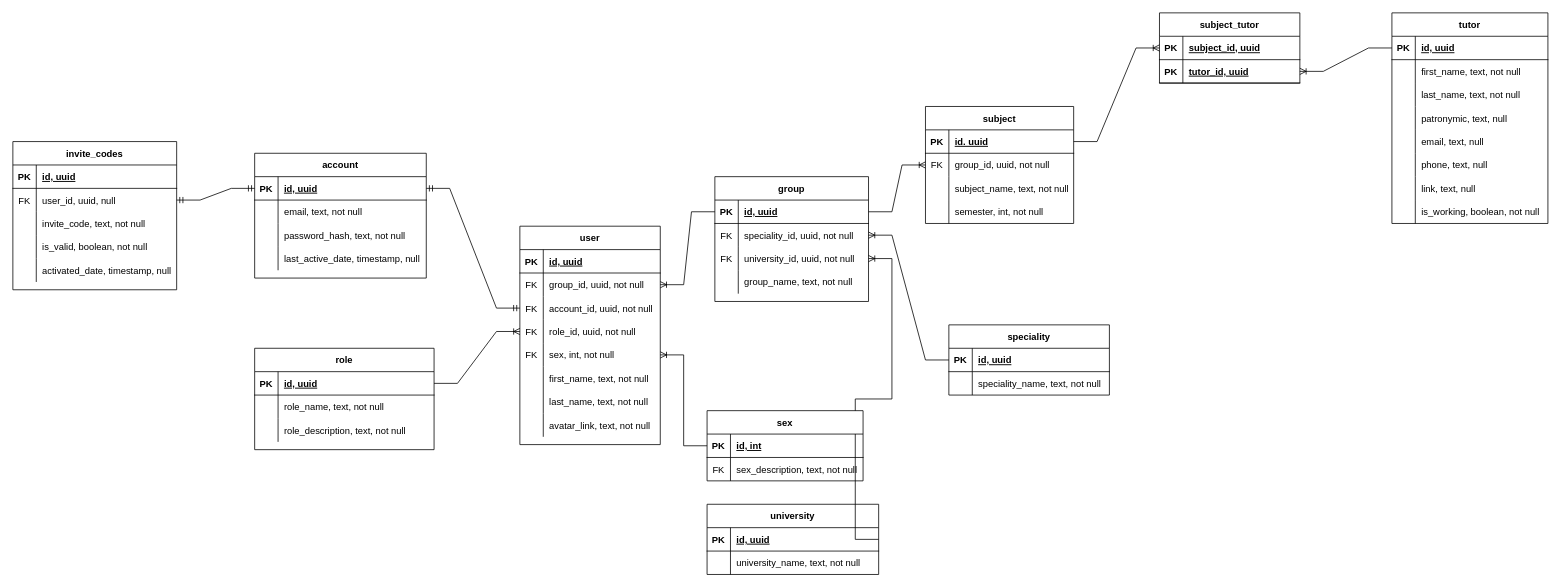
Before: databases/physical_erd_dadyarri.drawio in student-archive/docs, a draw.io diagram. Source tidied: cells renumbered, new cells numbered last; positions are measured from the earlier drawing's top-left corner, leaving out a move shared by most shapes. Both pictures are drawn from the tidied source at 78%, with x=0, y=0 at pixel (12, 12).
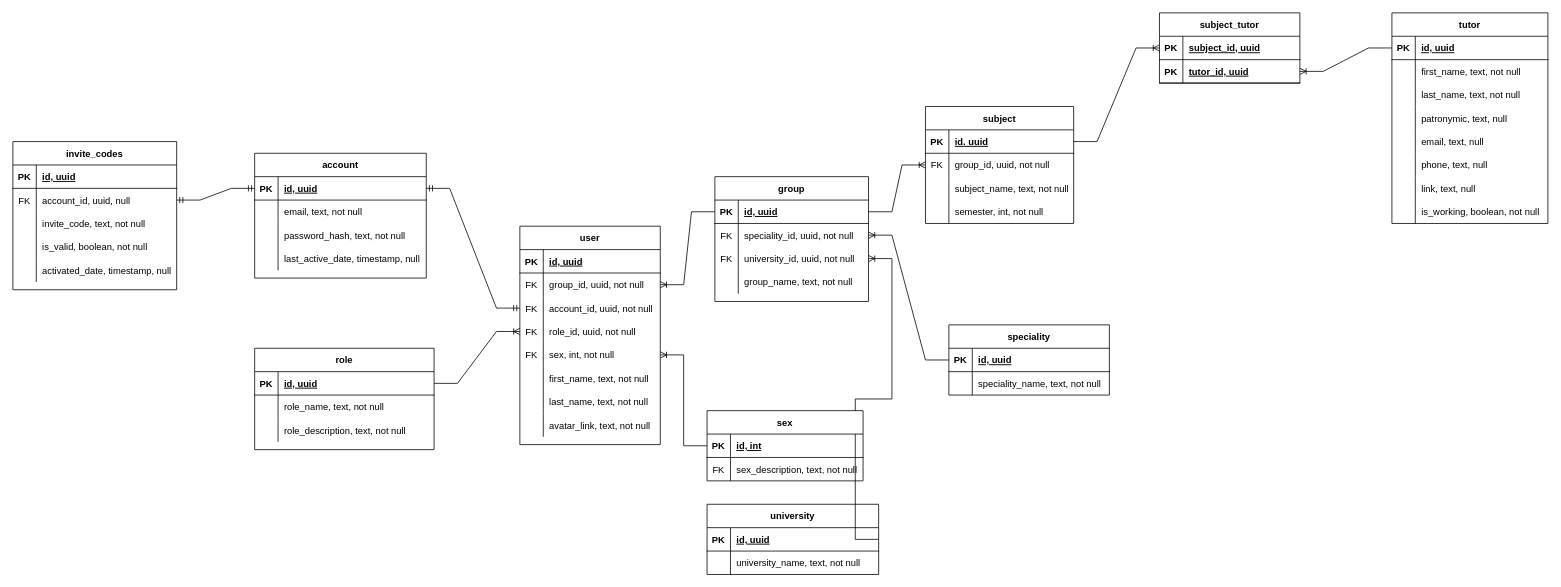
After the change.

Commit message:
fix(databases): change one field

The change refers to these unchanged cells:
```xml
<mxCell id="110" style="shape=tableRow;horizontal=0;startSize=0;swimlaneHead=0;swimlaneBody=0;fillColor=none;points=[[0,0.5],[1,0.5]];portConstraint=eastwest;top=0;left=0;right=0;bottom=0;" parent="106" vertex="1">
  <mxGeometry y="60" width="210" height="30" as="geometry" />
</mxCell>
```

What changed in the source:
```diff
@@
-    <mxCell id="112" value="user_id, uuid, null" style="shape=partialRectangle;fillColor=none;top=0;left=0;bottom=0;right=0;align=left;spacingLeft=6;fontStyle=0;overflow=hidden;" parent="110" vertex="1">
+    <mxCell id="112" value="account_id, uuid, null" style="shape=partialRectangle;fillColor=none;top=0;left=0;bottom=0;right=0;align=left;spacingLeft=6;fontStyle=0;overflow=hidden;" parent="110" vertex="1">
       <mxGeometry x="30" width="180" height="30" as="geometry" />
     </mxCell>
```
